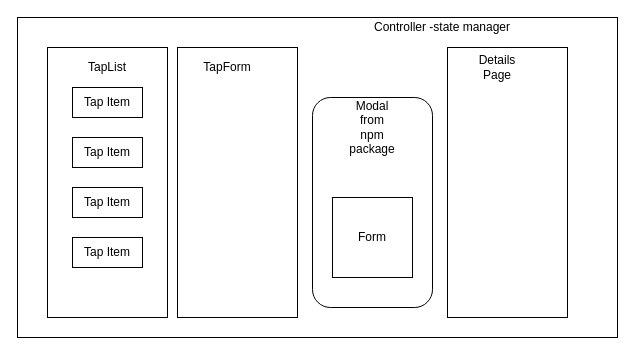
The draw.io diagram Untitled Diagram.drawio in OkilyDokily/tap-room, before the edit. Source tidied: cells renumbered, new cells numbered last; positions are measured from the earlier drawing's top-left corner, leaving out a move shared by most shapes. Both pictures are drawn from the tidied source at 100%, with x=0, y=0 at pixel (17, 17).
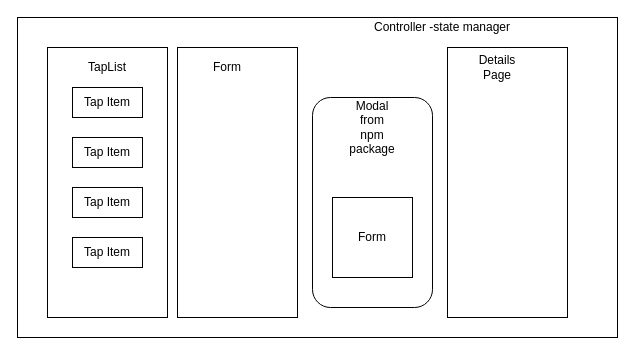
After the change.

Diff of the diagram source:
```diff
@@
 <mxGraphModel>
   <root>
     <mxCell id="0" />
     <mxCell id="1" parent="0" />
     <mxCell id="2" style="rounded=0;whiteSpace=wrap;html=1;" parent="1" vertex="1">
       <mxGeometry width="600" height="320" as="geometry" />
     </mxCell>
     <mxCell id="3" value="Controller -state manager" style="text;html=1;strokeColor=none;fillColor=none;align=center;verticalAlign=middle;whiteSpace=wrap;rounded=0;" parent="1" vertex="1">
       <mxGeometry x="330" width="190" height="20" as="geometry" />
     </mxCell>
     <mxCell id="4" style="rounded=0;whiteSpace=wrap;html=1;" parent="1" vertex="1">
       <mxGeometry x="30" y="30" width="120" height="270" as="geometry" />
     </mxCell>
     <mxCell id="5" value="TapList" style="text;html=1;strokeColor=none;fillColor=none;align=center;verticalAlign=middle;whiteSpace=wrap;rounded=0;" parent="1" vertex="1">
       <mxGeometry x="70" y="40" width="40" height="20" as="geometry" />
     </mxCell>
     <mxCell id="6" value="Tap Item" style="rounded=0;whiteSpace=wrap;html=1;" parent="1" vertex="1">
       <mxGeometry x="55" y="70" width="70" height="30" as="geometry" />
     </mxCell>
     <mxCell id="7" value="Tap Item" style="rounded=0;whiteSpace=wrap;html=1;" parent="1" vertex="1">
       <mxGeometry x="55" y="120" width="70" height="30" as="geometry" />
     </mxCell>
     <mxCell id="8" value="Tap Item" style="rounded=0;whiteSpace=wrap;html=1;" parent="1" vertex="1">
       <mxGeometry x="55" y="170" width="70" height="30" as="geometry" />
     </mxCell>
     <mxCell id="9" value="Tap Item" style="rounded=0;whiteSpace=wrap;html=1;" parent="1" vertex="1">
       <mxGeometry x="55" y="220" width="70" height="30" as="geometry" />
     </mxCell>
     <mxCell id="10" style="rounded=0;whiteSpace=wrap;html=1;" parent="1" vertex="1">
       <mxGeometry x="160" y="30" width="120" height="270" as="geometry" />
     </mxCell>
-    <mxCell id="11" value="TapForm" style="text;html=1;strokeColor=none;fillColor=none;align=center;verticalAlign=middle;whiteSpace=wrap;rounded=0;" parent="1" vertex="1">
+    <mxCell id="11" value="Form" style="text;html=1;strokeColor=none;fillColor=none;align=center;verticalAlign=middle;whiteSpace=wrap;rounded=0;" parent="1" vertex="1">
       <mxGeometry x="190" y="40" width="40" height="20" as="geometry" />
     </mxCell>
     <mxCell id="12" style="rounded=0;whiteSpace=wrap;html=1;" parent="1" vertex="1">
       <mxGeometry x="430" y="30" width="120" height="270" as="geometry" />
     </mxCell>
     <mxCell id="13" value="Details Page" style="text;html=1;strokeColor=none;fillColor=none;align=center;verticalAlign=middle;whiteSpace=wrap;rounded=0;" parent="1" vertex="1">
       <mxGeometry x="460" y="40" width="40" height="20" as="geometry" />
     </mxCell>
     <mxCell id="14" style="rounded=1;whiteSpace=wrap;html=1;" parent="1" vertex="1">
       <mxGeometry x="295" y="80" width="120" height="210" as="geometry" />
     </mxCell>
     <mxCell id="15" value="Modal from npm package" style="text;html=1;strokeColor=none;fillColor=none;align=center;verticalAlign=middle;whiteSpace=wrap;rounded=0;" parent="1" vertex="1">
       <mxGeometry x="335" y="70" width="40" height="80" as="geometry" />
     </mxCell>
     <mxCell id="16" value="Form" style="rounded=0;whiteSpace=wrap;html=1;" parent="1" vertex="1">
       <mxGeometry x="315" y="180" width="80" height="80" as="geometry" />
     </mxCell>
   </root>
 </mxGraphModel>
```
